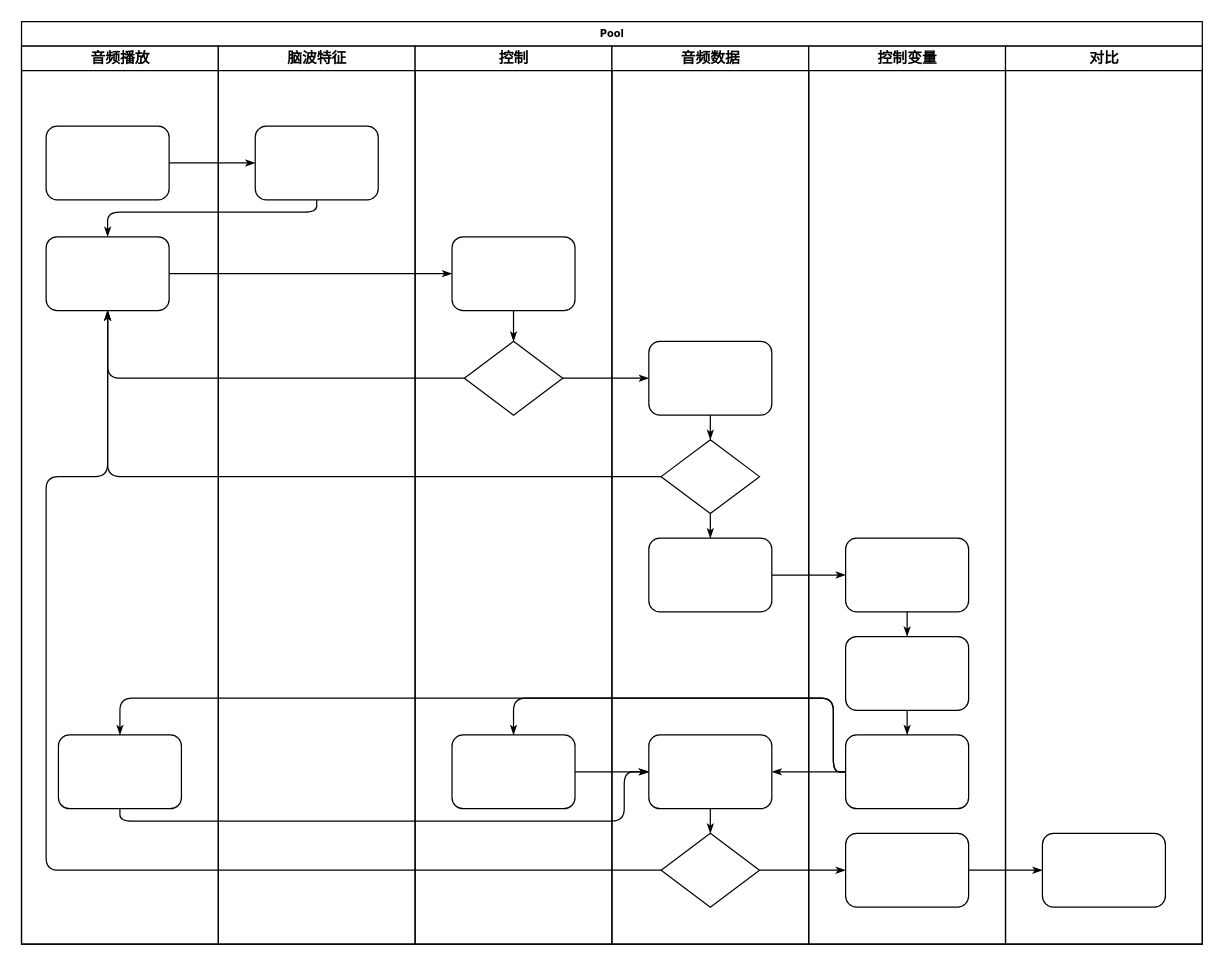
This is Untitled Diagram.drawio from YellowDragonLive/500lines, a draw.io file, before an edit. Source tidied: cells renumbered, new cells numbered last; positions are measured from the earlier drawing's top-left corner, leaving out a move shared by most shapes. Both pictures are drawn from the tidied source at 123%, with x=0, y=0 at pixel (21, 21).
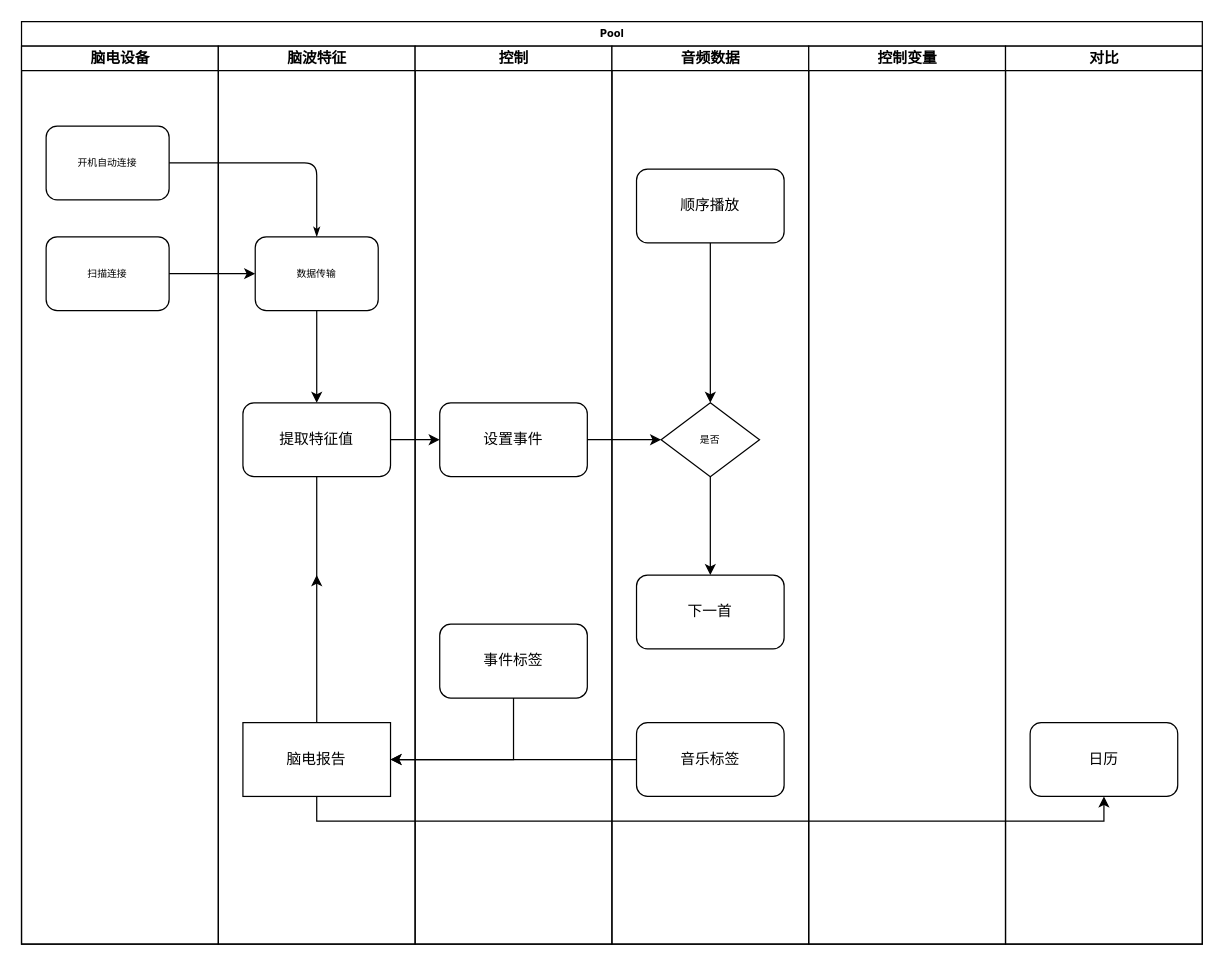
Above is the later version.

The change refers to these unchanged cells:
```xml
<mxCell id="2" value="Pool" style="swimlane;html=1;startSize=20;rounded=0;shadow=0;labelBackgroundColor=none;strokeWidth=1;fontFamily=Verdana;fontSize=8;align=center;" parent="1" vertex="1">
  <mxGeometry width="960" height="750" as="geometry" />
</mxCell>
<mxCell id="22" value="脑波特征" style="swimlane;html=1;startSize=20;" parent="2" vertex="1">
  <mxGeometry x="160" y="20" width="160" height="730" as="geometry" />
</mxCell>
<mxCell id="24" value="控制" style="swimlane;html=1;startSize=20;" parent="2" vertex="1">
  <mxGeometry x="320" y="20" width="160" height="730" as="geometry" />
</mxCell>
<mxCell id="29" value="音频数据" style="swimlane;html=1;startSize=20;" parent="2" vertex="1">
  <mxGeometry x="480" y="20" width="160" height="730" as="geometry" />
</mxCell>
<mxCell id="38" value="控制变量" style="swimlane;html=1;startSize=20;" parent="2" vertex="1">
  <mxGeometry x="640" y="20" width="160" height="730" as="geometry" />
</mxCell>
<mxCell id="45" value="对比" style="swimlane;html=1;startSize=20;" parent="2" vertex="1">
  <mxGeometry x="800" y="20" width="160" height="730" as="geometry" />
</mxCell>
```

What changed in the source:
```diff
@@
-    <mxCell id="3" value="音频播放" style="swimlane;html=1;startSize=20;" parent="2" vertex="1">
+    <mxCell id="3" value="脑电设备" style="swimlane;html=1;startSize=20;" parent="2" vertex="1">
       <mxGeometry y="20" width="160" height="730" as="geometry" />
     </mxCell>
-    <mxCell id="4" style="rounded=1;whiteSpace=wrap;html=1;shadow=0;labelBackgroundColor=none;strokeWidth=1;fontFamily=Verdana;fontSize=8;align=center;" parent="3" vertex="1">
+    <mxCell id="4" value="开机自动连接" style="rounded=1;whiteSpace=wrap;html=1;shadow=0;labelBackgroundColor=none;strokeWidth=1;fontFamily=Verdana;fontSize=8;align=center;" parent="3" vertex="1">
       <mxGeometry x="20" y="65" width="100" height="60" as="geometry" />
     </mxCell>
-    <mxCell id="5" style="rounded=1;whiteSpace=wrap;html=1;shadow=0;labelBackgroundColor=none;strokeWidth=1;fontFamily=Verdana;fontSize=8;align=center;" parent="3" vertex="1">
+    <mxCell id="5" value="扫描连接" style="rounded=1;whiteSpace=wrap;html=1;shadow=0;labelBackgroundColor=none;strokeWidth=1;fontFamily=Verdana;fontSize=8;align=center;" parent="3" vertex="1">
       <mxGeometry x="20" y="155" width="100" height="60" as="geometry" />
     </mxCell>
-    <mxCell id="6" style="rounded=1;whiteSpace=wrap;html=1;shadow=0;labelBackgroundColor=none;strokeWidth=1;fontFamily=Verdana;fontSize=8;align=center;" parent="3" vertex="1">
-      <mxGeometry x="30" y="560" width="100" height="60" as="geometry" />
-    </mxCell>
@@
-    <mxCell id="8" style="edgeStyle=orthogonalEdgeStyle;rounded=1;html=1;labelBackgroundColor=none;startArrow=none;startFill=0;startSize=5;endArrow=classicThin;endFill=1;endSize=5;jettySize=auto;strokeWidth=1;fontFamily=Verdana;fontSize=8;" parent="2" edge="1" source="23" target="5">
-      <mxGeometry relative="1" as="geometry">
-        <Array as="points">
-          <mxPoint x="240" y="155" />
-          <mxPoint x="70" y="155" />
-        </Array>
-      </mxGeometry>
-    </mxCell>
-    <mxCell id="9" style="edgeStyle=orthogonalEdgeStyle;rounded=1;html=1;labelBackgroundColor=none;startArrow=none;startFill=0;startSize=5;endArrow=classicThin;endFill=1;endSize=5;jettySize=auto;strokeWidth=1;fontFamily=Verdana;fontSize=8;" parent="2" edge="1" source="5" target="25">
-      <mxGeometry relative="1" as="geometry" />
-    </mxCell>
-    <mxCell id="10" style="edgeStyle=orthogonalEdgeStyle;rounded=1;html=1;labelBackgroundColor=none;startArrow=none;startFill=0;startSize=5;endArrow=classicThin;endFill=1;endSize=5;jettySize=auto;strokeWidth=1;fontFamily=Verdana;fontSize=8;" parent="2" edge="1" source="26" target="5">
-      <mxGeometry relative="1" as="geometry" />
-    </mxCell>
-    <mxCell id="11" style="edgeStyle=orthogonalEdgeStyle;rounded=1;html=1;labelBackgroundColor=none;startArrow=none;startFill=0;startSize=5;endArrow=classicThin;endFill=1;endSize=5;jettySize=auto;strokeWidth=1;fontFamily=Verdana;fontSize=8;" parent="2" edge="1" source="31" target="5">
-      <mxGeometry relative="1" as="geometry" />
-    </mxCell>
-    <mxCell id="12" style="edgeStyle=orthogonalEdgeStyle;rounded=1;html=1;labelBackgroundColor=none;startArrow=none;startFill=0;startSize=5;endArrow=classicThin;endFill=1;endSize=5;jettySize=auto;strokeWidth=1;fontFamily=Verdana;fontSize=8;" parent="2" edge="1" source="34" target="5">
-      <mxGeometry relative="1" as="geometry">
-        <Array as="points">
-          <mxPoint x="20" y="690" />
-          <mxPoint x="20" y="370" />
-          <mxPoint x="70" y="370" />
-        </Array>
-      </mxGeometry>
-    </mxCell>
-    <mxCell id="13" style="edgeStyle=orthogonalEdgeStyle;rounded=1;html=1;labelBackgroundColor=none;startArrow=none;startFill=0;startSize=5;endArrow=classicThin;endFill=1;endSize=5;jettySize=auto;strokeWidth=1;fontFamily=Verdana;fontSize=8;" parent="2" edge="1" source="26" target="30">
-      <mxGeometry relative="1" as="geometry" />
-    </mxCell>
-    <mxCell id="14" style="edgeStyle=orthogonalEdgeStyle;rounded=1;html=1;labelBackgroundColor=none;startArrow=none;startFill=0;startSize=5;endArrow=classicThin;endFill=1;endSize=5;jettySize=auto;strokeWidth=1;fontFamily=Verdana;fontSize=8;" parent="2" edge="1" source="34" target="42">
-      <mxGeometry relative="1" as="geometry" />
-    </mxCell>
-    <mxCell id="15" style="edgeStyle=orthogonalEdgeStyle;rounded=1;html=1;labelBackgroundColor=none;startArrow=none;startFill=0;startSize=5;endArrow=classicThin;endFill=1;endSize=5;jettySize=auto;strokeWidth=1;fontFamily=Verdana;fontSize=8;" parent="2" edge="1" source="42" target="46">
-      <mxGeometry relative="1" as="geometry" />
-    </mxCell>
-    <mxCell id="16" style="edgeStyle=orthogonalEdgeStyle;rounded=1;html=1;labelBackgroundColor=none;startArrow=none;startFill=0;startSize=5;endArrow=classicThin;endFill=1;endSize=5;jettySize=auto;strokeWidth=1;fontFamily=Verdana;fontSize=8;" parent="2" edge="1" source="32" target="39">
-      <mxGeometry relative="1" as="geometry" />
-    </mxCell>
-    <mxCell id="17" style="edgeStyle=orthogonalEdgeStyle;rounded=1;html=1;labelBackgroundColor=none;startArrow=none;startFill=0;startSize=5;endArrow=classicThin;endFill=1;endSize=5;jettySize=auto;strokeWidth=1;fontFamily=Verdana;fontSize=8;" parent="2" edge="1" source="41" target="27">
-      <mxGeometry relative="1" as="geometry">
-        <Array as="points">
-          <mxPoint x="660" y="610" />
-          <mxPoint x="660" y="550" />
-          <mxPoint x="400" y="550" />
-        </Array>
-      </mxGeometry>
-    </mxCell>
-    <mxCell id="18" style="edgeStyle=orthogonalEdgeStyle;rounded=1;html=1;labelBackgroundColor=none;startArrow=none;startFill=0;startSize=5;endArrow=classicThin;endFill=1;endSize=5;jettySize=auto;strokeColor=#000000;strokeWidth=1;fontFamily=Verdana;fontSize=8;fontColor=#000000;" parent="2" edge="1" source="41" target="33">
-      <mxGeometry relative="1" as="geometry" />
-    </mxCell>
-    <mxCell id="19" style="edgeStyle=orthogonalEdgeStyle;rounded=1;html=1;labelBackgroundColor=none;startArrow=none;startFill=0;startSize=5;endArrow=classicThin;endFill=1;endSize=5;jettySize=auto;strokeWidth=1;fontFamily=Verdana;fontSize=8;" parent="2" edge="1" source="41" target="6">
-      <mxGeometry relative="1" as="geometry">
-        <Array as="points">
-          <mxPoint x="660" y="610" />
-          <mxPoint x="660" y="550" />
-          <mxPoint x="80" y="550" />
-        </Array>
-      </mxGeometry>
-    </mxCell>
-    <mxCell id="20" style="edgeStyle=orthogonalEdgeStyle;rounded=1;html=1;labelBackgroundColor=none;startArrow=none;startFill=0;startSize=5;endArrow=classicThin;endFill=1;endSize=5;jettySize=auto;strokeWidth=1;fontFamily=Verdana;fontSize=8;" parent="2" edge="1" source="6" target="33">
-      <mxGeometry relative="1" as="geometry">
-        <Array as="points">
-          <mxPoint x="80" y="650" />
-          <mxPoint x="490" y="650" />
-          <mxPoint x="490" y="610" />
-        </Array>
-      </mxGeometry>
-    </mxCell>
-    <mxCell id="21" style="edgeStyle=orthogonalEdgeStyle;rounded=1;html=1;labelBackgroundColor=none;startArrow=none;startFill=0;startSize=5;endArrow=classicThin;endFill=1;endSize=5;jettySize=auto;strokeWidth=1;fontFamily=Verdana;fontSize=8;" parent="2" edge="1" source="27" target="33">
-      <mxGeometry relative="1" as="geometry" />
-    </mxCell>
@@
-    <mxCell id="23" style="rounded=1;whiteSpace=wrap;html=1;shadow=0;labelBackgroundColor=none;strokeWidth=1;fontFamily=Verdana;fontSize=8;align=center;" parent="22" vertex="1">
-      <mxGeometry x="30" y="65" width="100" height="60" as="geometry" />
+    <mxCell id="23" value="数据传输" style="rounded=1;whiteSpace=wrap;html=1;shadow=0;labelBackgroundColor=none;strokeWidth=1;fontFamily=Verdana;fontSize=8;align=center;" parent="22" vertex="1">
+      <mxGeometry x="30" y="155" width="100" height="60" as="geometry" />
     </mxCell>
+    <mxCell id="47" value="提取特征值" style="rounded=1;whiteSpace=wrap;html=1;" parent="22" vertex="1">
+      <mxGeometry x="20" y="290" width="120" height="60" as="geometry" />
+    </mxCell>
+    <mxCell id="48" value="脑电报告" style="rounded=0;whiteSpace=wrap;html=1;" parent="22" vertex="1">
+      <mxGeometry x="20" y="550" width="120" height="60" as="geometry" />
+    </mxCell>
@@
-    <mxCell id="25" style="rounded=1;whiteSpace=wrap;html=1;shadow=0;labelBackgroundColor=none;strokeWidth=1;fontFamily=Verdana;fontSize=8;align=center;" parent="24" vertex="1">
-      <mxGeometry x="30" y="155" width="100" height="60" as="geometry" />
-    </mxCell>
-    <mxCell id="26" style="rhombus;whiteSpace=wrap;html=1;rounded=0;shadow=0;labelBackgroundColor=none;strokeWidth=1;fontFamily=Verdana;fontSize=8;align=center;" parent="24" vertex="1">
-      <mxGeometry x="40" y="240" width="80" height="60" as="geometry" />
-    </mxCell>
-    <mxCell id="27" style="rounded=1;whiteSpace=wrap;html=1;shadow=0;labelBackgroundColor=none;strokeWidth=1;fontFamily=Verdana;fontSize=8;align=center;" parent="24" vertex="1">
-      <mxGeometry x="30" y="560" width="100" height="60" as="geometry" />
-    </mxCell>
-    <mxCell id="28" style="edgeStyle=orthogonalEdgeStyle;rounded=1;html=1;labelBackgroundColor=none;startArrow=none;startFill=0;startSize=5;endArrow=classicThin;endFill=1;endSize=5;jettySize=auto;strokeWidth=1;fontFamily=Verdana;fontSize=8;" parent="24" edge="1" source="25" target="26">
-      <mxGeometry relative="1" as="geometry" />
-    </mxCell>
+    <mxCell id="49" value="设置事件" style="rounded=1;whiteSpace=wrap;html=1;" parent="24" vertex="1">
+      <mxGeometry x="20" y="290" width="120" height="60" as="geometry" />
+    </mxCell>
+    <mxCell id="50" value="事件标签" style="rounded=1;whiteSpace=wrap;html=1;" parent="24" vertex="1">
+      <mxGeometry x="20" y="470" width="120" height="60" as="geometry" />
+    </mxCell>
@@
-    <mxCell id="30" style="rounded=1;whiteSpace=wrap;html=1;shadow=0;labelBackgroundColor=none;strokeWidth=1;fontFamily=Verdana;fontSize=8;align=center;" parent="29" vertex="1">
-      <mxGeometry x="30" y="240" width="100" height="60" as="geometry" />
-    </mxCell>
-    <mxCell id="31" style="rhombus;whiteSpace=wrap;html=1;rounded=0;shadow=0;labelBackgroundColor=none;strokeWidth=1;fontFamily=Verdana;fontSize=8;align=center;" parent="29" vertex="1">
-      <mxGeometry x="40" y="320" width="80" height="60" as="geometry" />
+    <mxCell id="31" value="是否" style="rhombus;whiteSpace=wrap;html=1;rounded=0;shadow=0;labelBackgroundColor=none;strokeWidth=1;fontFamily=Verdana;fontSize=8;align=center;" parent="29" vertex="1">
+      <mxGeometry x="40" y="290" width="80" height="60" as="geometry" />
     </mxCell>
-    <mxCell id="32" style="rounded=1;whiteSpace=wrap;html=1;shadow=0;labelBackgroundColor=none;strokeWidth=1;fontFamily=Verdana;fontSize=8;align=center;" parent="29" vertex="1">
-      <mxGeometry x="30" y="400" width="100" height="60" as="geometry" />
-    </mxCell>
-    <mxCell id="33" style="rounded=1;whiteSpace=wrap;html=1;shadow=0;labelBackgroundColor=none;strokeWidth=1;fontFamily=Verdana;fontSize=8;align=center;" parent="29" vertex="1">
-      <mxGeometry x="30" y="560" width="100" height="60" as="geometry" />
-    </mxCell>
-    <mxCell id="34" style="rhombus;whiteSpace=wrap;html=1;rounded=0;shadow=0;labelBackgroundColor=none;strokeWidth=1;fontFamily=Verdana;fontSize=8;align=center;" parent="29" vertex="1">
-      <mxGeometry x="40" y="640" width="80" height="60" as="geometry" />
-    </mxCell>
-    <mxCell id="35" style="edgeStyle=orthogonalEdgeStyle;rounded=1;html=1;labelBackgroundColor=none;startArrow=none;startFill=0;startSize=5;endArrow=classicThin;endFill=1;endSize=5;jettySize=auto;strokeColor=#000000;strokeWidth=1;fontFamily=Verdana;fontSize=8;fontColor=#000000;" parent="29" edge="1" source="30" target="31">
-      <mxGeometry relative="1" as="geometry" />
-    </mxCell>
-    <mxCell id="36" style="edgeStyle=orthogonalEdgeStyle;rounded=1;html=1;labelBackgroundColor=none;startArrow=none;startFill=0;startSize=5;endArrow=classicThin;endFill=1;endSize=5;jettySize=auto;strokeWidth=1;fontFamily=Verdana;fontSize=8;" parent="29" edge="1" source="31" target="32">
-      <mxGeometry relative="1" as="geometry" />
-    </mxCell>
-    <mxCell id="37" style="edgeStyle=orthogonalEdgeStyle;rounded=1;html=1;labelBackgroundColor=none;startArrow=none;startFill=0;startSize=5;endArrow=classicThin;endFill=1;endSize=5;jettySize=auto;strokeWidth=1;fontFamily=Verdana;fontSize=8;" parent="29" edge="1" source="33" target="34">
-      <mxGeometry relative="1" as="geometry" />
-    </mxCell>
+    <mxCell id="51" style="edgeStyle=orthogonalEdgeStyle;rounded=0;jettySize=auto;html=1;exitX=0.5;exitY=1;exitDx=0;exitDy=0;entryX=0.5;entryY=0;entryDx=0;entryDy=0;" parent="29" edge="1" source="52" target="31">
+      <mxGeometry relative="1" as="geometry" />
+    </mxCell>
+    <mxCell id="52" value="顺序播放" style="rounded=1;whiteSpace=wrap;html=1;" parent="29" vertex="1">
+      <mxGeometry x="20" y="100" width="120" height="60" as="geometry" />
+    </mxCell>
+    <mxCell id="53" value="下一首" style="rounded=1;whiteSpace=wrap;html=1;" parent="29" vertex="1">
+      <mxGeometry x="20" y="430" width="120" height="60" as="geometry" />
+    </mxCell>
+    <mxCell id="54" value="音乐标签" style="rounded=1;whiteSpace=wrap;html=1;" parent="29" vertex="1">
+      <mxGeometry x="20" y="550" width="120" height="60" as="geometry" />
+    </mxCell>
@@
-    <mxCell id="39" style="rounded=1;whiteSpace=wrap;html=1;shadow=0;labelBackgroundColor=none;strokeWidth=1;fontFamily=Verdana;fontSize=8;align=center;" parent="38" vertex="1">
-      <mxGeometry x="30" y="400" width="100" height="60" as="geometry" />
-    </mxCell>
-    <mxCell id="40" style="rounded=1;whiteSpace=wrap;html=1;shadow=0;labelBackgroundColor=none;strokeWidth=1;fontFamily=Verdana;fontSize=8;align=center;" parent="38" vertex="1">
-      <mxGeometry x="30" y="480" width="100" height="60" as="geometry" />
-    </mxCell>
-    <mxCell id="41" style="rounded=1;whiteSpace=wrap;html=1;shadow=0;labelBackgroundColor=none;strokeWidth=1;fontFamily=Verdana;fontSize=8;align=center;" parent="38" vertex="1">
-      <mxGeometry x="30" y="560" width="100" height="60" as="geometry" />
-    </mxCell>
-    <mxCell id="42" style="rounded=1;whiteSpace=wrap;html=1;shadow=0;labelBackgroundColor=none;strokeWidth=1;fontFamily=Verdana;fontSize=8;align=center;" parent="38" vertex="1">
-      <mxGeometry x="30" y="640" width="100" height="60" as="geometry" />
-    </mxCell>
-    <mxCell id="43" style="edgeStyle=orthogonalEdgeStyle;rounded=1;html=1;labelBackgroundColor=none;startArrow=none;startFill=0;startSize=5;endArrow=classicThin;endFill=1;endSize=5;jettySize=auto;strokeWidth=1;fontFamily=Verdana;fontSize=8;" parent="38" edge="1" source="39" target="40">
-      <mxGeometry relative="1" as="geometry" />
-    </mxCell>
-    <mxCell id="44" style="edgeStyle=orthogonalEdgeStyle;rounded=1;html=1;labelBackgroundColor=none;startArrow=none;startFill=0;startSize=5;endArrow=classicThin;endFill=1;endSize=5;jettySize=auto;strokeWidth=1;fontFamily=Verdana;fontSize=8;" parent="38" edge="1" source="40" target="41">
-      <mxGeometry relative="1" as="geometry" />
-    </mxCell>
@@
-    <mxCell id="46" style="rounded=1;whiteSpace=wrap;html=1;shadow=0;labelBackgroundColor=none;strokeWidth=1;fontFamily=Verdana;fontSize=8;align=center;" parent="45" vertex="1">
-      <mxGeometry x="30" y="640" width="100" height="60" as="geometry" />
-    </mxCell>
+    <mxCell id="55" value="日历" style="rounded=1;whiteSpace=wrap;html=1;" parent="45" vertex="1">
+      <mxGeometry x="20" y="550" width="120" height="60" as="geometry" />
+    </mxCell>
+    <mxCell id="56" style="edgeStyle=orthogonalEdgeStyle;rounded=0;jettySize=auto;html=1;exitX=1;exitY=0.5;exitDx=0;exitDy=0;entryX=0;entryY=0.5;entryDx=0;entryDy=0;" parent="2" edge="1" source="5" target="23">
+      <mxGeometry relative="1" as="geometry" />
+    </mxCell>
+    <mxCell id="57" style="edgeStyle=orthogonalEdgeStyle;rounded=0;jettySize=auto;html=1;entryX=0;entryY=0.5;entryDx=0;entryDy=0;exitX=1;exitY=0.5;exitDx=0;exitDy=0;" parent="2" edge="1" source="47" target="49">
+      <mxGeometry relative="1" as="geometry" />
+    </mxCell>
+    <mxCell id="58" style="edgeStyle=orthogonalEdgeStyle;rounded=0;jettySize=auto;html=1;exitX=1;exitY=0.5;exitDx=0;exitDy=0;" parent="2" edge="1" source="49" target="31">
+      <mxGeometry relative="1" as="geometry" />
+    </mxCell>
+    <mxCell id="59" style="edgeStyle=orthogonalEdgeStyle;rounded=0;jettySize=auto;html=1;exitX=0;exitY=0.5;exitDx=0;exitDy=0;entryX=1;entryY=0.5;entryDx=0;entryDy=0;" parent="2" edge="1" source="54" target="48">
+      <mxGeometry relative="1" as="geometry" />
+    </mxCell>
+    <mxCell id="60" style="edgeStyle=orthogonalEdgeStyle;rounded=0;jettySize=auto;html=1;exitX=0.5;exitY=1;exitDx=0;exitDy=0;entryX=1;entryY=0.5;entryDx=0;entryDy=0;" parent="2" edge="1" source="50" target="48">
+      <mxGeometry relative="1" as="geometry" />
+    </mxCell>
+    <mxCell id="61" style="edgeStyle=orthogonalEdgeStyle;rounded=0;jettySize=auto;html=1;exitX=0.5;exitY=1;exitDx=0;exitDy=0;entryX=0.5;entryY=1;entryDx=0;entryDy=0;" parent="2" edge="1" source="48" target="55">
+      <mxGeometry relative="1" as="geometry" />
+    </mxCell>
+    <mxCell id="62" style="edgeStyle=orthogonalEdgeStyle;rounded=0;jettySize=auto;html=1;exitX=0.5;exitY=1;exitDx=0;exitDy=0;" parent="1" edge="1" source="23">
+      <mxGeometry relative="1" as="geometry">
+        <mxPoint x="240" y="310" as="targetPoint" />
+      </mxGeometry>
+    </mxCell>
+    <mxCell id="63" style="edgeStyle=orthogonalEdgeStyle;rounded=0;jettySize=auto;html=1;exitX=0.5;exitY=1;exitDx=0;exitDy=0;" parent="1" edge="1" source="47">
+      <mxGeometry relative="1" as="geometry">
+        <mxPoint x="240" y="450" as="targetPoint" />
+        <Array as="points">
+          <mxPoint x="240" y="570" />
+          <mxPoint x="240" y="570" />
+        </Array>
+      </mxGeometry>
+    </mxCell>
+    <mxCell id="64" style="edgeStyle=orthogonalEdgeStyle;rounded=0;jettySize=auto;html=1;exitX=0.5;exitY=1;exitDx=0;exitDy=0;" parent="1" edge="1" source="31">
+      <mxGeometry relative="1" as="geometry">
+        <mxPoint x="560" y="450" as="targetPoint" />
+      </mxGeometry>
+    </mxCell>
```
